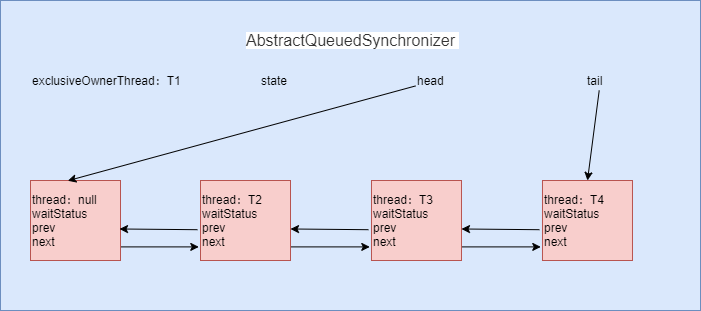
Before: img/draw/aqs-1-1.png, a diagram exported from draw.io (freshchen/resource). Source tidied: cells renumbered, new cells last; positions are measured from the earlier drawing's top-left corner, leaving out a move shared by most shapes.
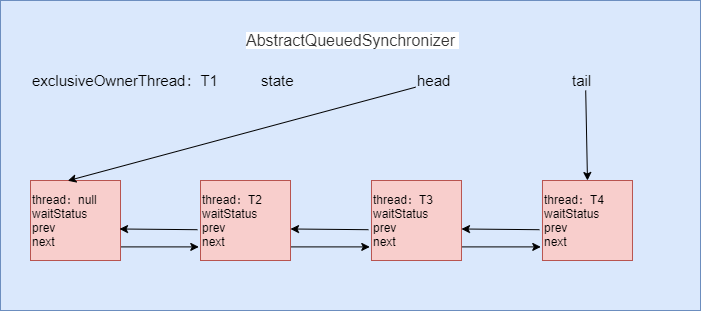
The same file after the commit.

The edit, as a diff of the source:
```diff
@@ -8,8 +8,8 @@
     <mxCell id="3" value="&lt;span style=&quot;color: rgb(51 , 51 , 51) ; font-family: &amp;#34;open sans&amp;#34; , &amp;#34;clear sans&amp;#34; , &amp;#34;helvetica neue&amp;#34; , &amp;#34;helvetica&amp;#34; , &amp;#34;arial&amp;#34; , sans-serif ; font-size: 16px ; white-space: pre-wrap ; background-color: rgb(255 , 255 , 255)&quot;&gt;AbstractQueuedSynchronizer &lt;/span&gt;" style="text;html=1;align=center;verticalAlign=middle;" parent="1" vertex="1">
       <mxGeometry x="235" y="30" width="230" height="20" as="geometry" />
     </mxCell>
-    <mxCell id="4" value="exclusiveOwnerThread：T1" style="text;html=1;align=left;verticalAlign=middle;" parent="1" vertex="1">
-      <mxGeometry x="30" y="70" width="160" height="20" as="geometry" />
+    <mxCell id="4" value="&lt;font style=&quot;font-size: 15px&quot;&gt;exclusiveOwnerThread：T1&lt;/font&gt;" style="text;html=1;align=left;verticalAlign=middle;" parent="1" vertex="1">
+      <mxGeometry x="30" y="70" width="200" height="20" as="geometry" />
     </mxCell>
     <mxCell id="5" style="edgeStyle=none;rounded=0;jettySize=auto;html=1;exitX=0.997;exitY=0.83;exitDx=0;exitDy=0;exitPerimeter=0;entryX=-0.019;entryY=0.83;entryDx=0;entryDy=0;entryPerimeter=0;" parent="1" edge="1" source="6" target="13">
       <mxGeometry relative="1" as="geometry" />
@@ -17,20 +17,20 @@
     <mxCell id="6" value="thread：null&lt;br&gt;waitStatus&lt;br&gt;prev&lt;br&gt;next" style="rounded=0;whiteSpace=wrap;html=1;fillColor=#f8cecc;strokeColor=#b85450;align=left;" parent="1" vertex="1">
       <mxGeometry x="30" y="180" width="90" height="80" as="geometry" />
     </mxCell>
-    <mxCell id="7" value="state" style="text;html=1;align=left;verticalAlign=middle;" parent="1" vertex="1">
-      <mxGeometry x="259" y="70" width="40" height="20" as="geometry" />
+    <mxCell id="7" value="&lt;font style=&quot;font-size: 15px&quot;&gt;state&lt;/font&gt;" style="text;html=1;align=left;verticalAlign=middle;" parent="1" vertex="1">
+      <mxGeometry x="259" y="70" width="50" height="20" as="geometry" />
     </mxCell>
     <mxCell id="8" style="edgeStyle=none;rounded=0;jettySize=auto;html=1;entryX=0.414;entryY=0.003;entryDx=0;entryDy=0;entryPerimeter=0;" parent="1" edge="1" source="9" target="6">
       <mxGeometry relative="1" as="geometry" />
     </mxCell>
-    <mxCell id="9" value="head" style="text;html=1;align=left;verticalAlign=middle;points=[];" parent="1" vertex="1">
-      <mxGeometry x="415" y="70" width="40" height="20" as="geometry" />
+    <mxCell id="9" value="&lt;font style=&quot;font-size: 15px&quot;&gt;head&lt;/font&gt;" style="text;html=1;align=left;verticalAlign=middle;points=[];" parent="1" vertex="1">
+      <mxGeometry x="415" y="70" width="50" height="20" as="geometry" />
     </mxCell>
     <mxCell id="10" style="edgeStyle=none;rounded=0;jettySize=auto;html=1;entryX=0.5;entryY=0;entryDx=0;entryDy=0;" parent="1" edge="1" source="11" target="19">
       <mxGeometry relative="1" as="geometry" />
     </mxCell>
-    <mxCell id="11" value="tail" style="text;html=1;align=left;verticalAlign=middle;points=[];" parent="1" vertex="1">
-      <mxGeometry x="585" y="70" width="30" height="20" as="geometry" />
+    <mxCell id="11" value="&lt;font style=&quot;font-size: 15px&quot;&gt;tail&lt;/font&gt;" style="text;html=1;align=left;verticalAlign=middle;points=[];" parent="1" vertex="1">
+      <mxGeometry x="570" y="70" width="30" height="20" as="geometry" />
     </mxCell>
     <mxCell id="12" style="edgeStyle=none;rounded=0;jettySize=auto;html=1;exitX=-0.034;exitY=0.615;exitDx=0;exitDy=0;exitPerimeter=0;entryX=0.989;entryY=0.606;entryDx=0;entryDy=0;entryPerimeter=0;" parent="1" edge="1" source="13" target="6">
       <mxGeometry relative="1" as="geometry" />
```
